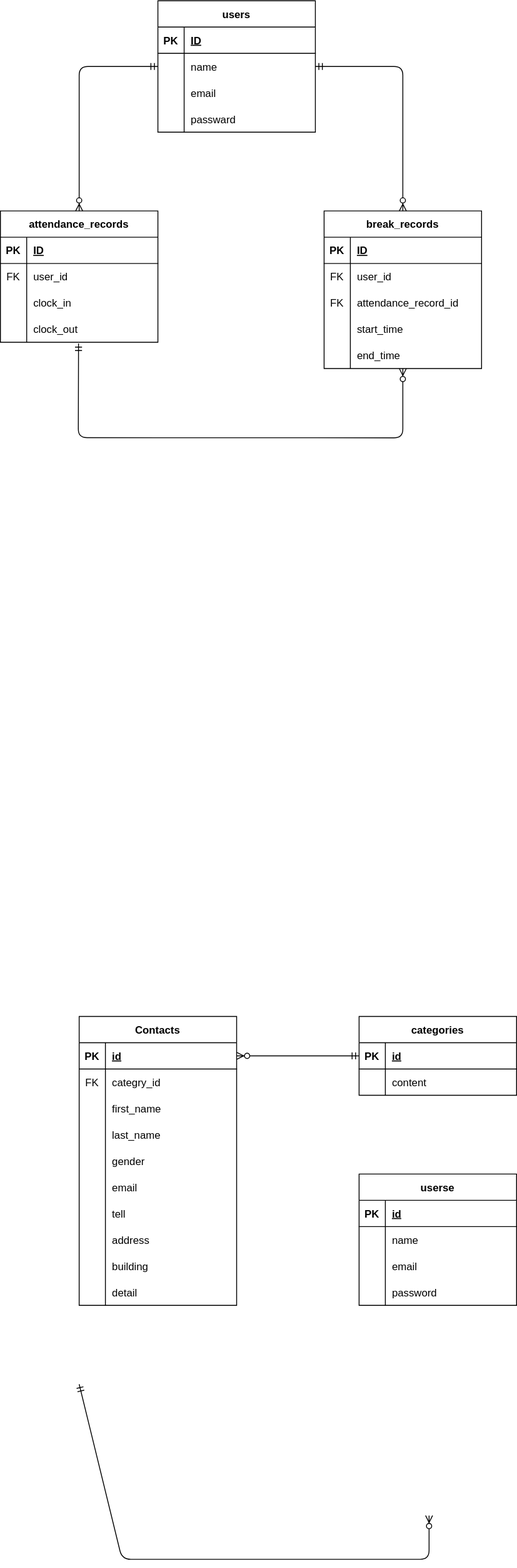
This is ER.svg from fukuda983667/Atte, a draw.io export, as it was before one commit. Source tidied: cells renumbered, new cells last; positions are measured from the earlier drawing's top-left corner, leaving out a move shared by most shapes.
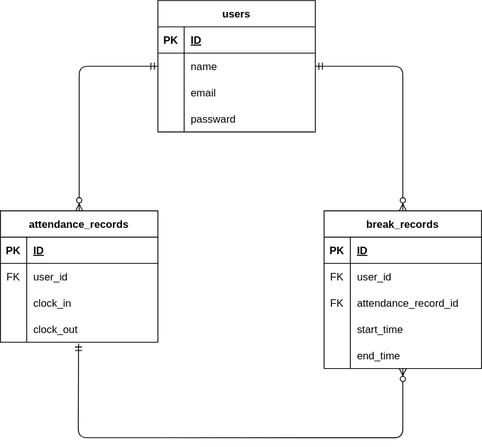
Above is the later version.

What changed in the source:
```diff
@@ -152,171 +152,5 @@
         </Array>
       </mxGeometry>
     </mxCell>
-    <mxCell id="47" value="Contacts" style="shape=table;startSize=30;rowLines=0;fontStyle=1;align=center;" parent="1" vertex="1">
-      <mxGeometry x="90" y="1160" width="180" height="330" as="geometry" />
-    </mxCell>
-    <mxCell id="48" style="shape=tableRow;horizontal=0;startSize=0;swimlaneHead=0;swimlaneBody=0;fillColor=none;points=[[0,0.5],[1,0.5]];portConstraint=eastwest;top=0;left=0;right=0;bottom=1;" parent="47" vertex="1">
-      <mxGeometry y="30" width="180" height="30" as="geometry" />
-    </mxCell>
-    <mxCell id="49" value="PK" style="shape=partialRectangle;fillColor=none;top=0;left=0;bottom=0;right=0;fontStyle=1;overflow=hidden;" parent="48" vertex="1">
-      <mxGeometry width="30" height="30" as="geometry" />
-    </mxCell>
-    <mxCell id="50" value="id" style="shape=partialRectangle;fillColor=none;top=0;left=0;bottom=0;right=0;align=left;spacingLeft=6;fontStyle=5;overflow=hidden;" parent="48" vertex="1">
-      <mxGeometry x="30" width="150" height="30" as="geometry" />
-    </mxCell>
-    <mxCell id="51" style="shape=tableRow;horizontal=0;startSize=0;swimlaneHead=0;swimlaneBody=0;fillColor=none;top=0;left=0;right=0;bottom=0;" parent="47" vertex="1">
-      <mxGeometry y="60" width="180" height="30" as="geometry" />
-    </mxCell>
-    <mxCell id="52" value="FK" style="shape=partialRectangle;fillColor=none;top=0;left=0;bottom=0;right=0;overflow=hidden;" parent="51" vertex="1">
-      <mxGeometry width="30" height="30" as="geometry" />
-    </mxCell>
-    <mxCell id="53" value="categry_id" style="shape=partialRectangle;fillColor=none;top=0;left=0;bottom=0;right=0;align=left;spacingLeft=6;overflow=hidden;" parent="51" vertex="1">
-      <mxGeometry x="30" width="150" height="30" as="geometry" />
-    </mxCell>
-    <mxCell id="54" style="shape=tableRow;horizontal=0;startSize=0;swimlaneHead=0;swimlaneBody=0;fillColor=none;top=0;left=0;right=0;bottom=0;" parent="47" vertex="1">
-      <mxGeometry y="90" width="180" height="30" as="geometry" />
-    </mxCell>
-    <mxCell id="55" style="shape=partialRectangle;fillColor=none;top=0;left=0;bottom=0;right=0;overflow=hidden;" parent="54" vertex="1">
-      <mxGeometry width="30" height="30" as="geometry" />
-    </mxCell>
-    <mxCell id="56" value="first_name" style="shape=partialRectangle;fillColor=none;top=0;left=0;bottom=0;right=0;align=left;spacingLeft=6;overflow=hidden;" parent="54" vertex="1">
-      <mxGeometry x="30" width="150" height="30" as="geometry" />
-    </mxCell>
-    <mxCell id="57" style="shape=tableRow;horizontal=0;startSize=0;swimlaneHead=0;swimlaneBody=0;fillColor=none;top=0;left=0;right=0;bottom=0;" parent="47" vertex="1">
-      <mxGeometry y="120" width="180" height="30" as="geometry" />
-    </mxCell>
-    <mxCell id="58" style="shape=partialRectangle;fillColor=none;top=0;left=0;bottom=0;right=0;overflow=hidden;" parent="57" vertex="1">
-      <mxGeometry width="30" height="30" as="geometry" />
-    </mxCell>
-    <mxCell id="59" value="last_name" style="shape=partialRectangle;fillColor=none;top=0;left=0;bottom=0;right=0;align=left;spacingLeft=6;overflow=hidden;" parent="57" vertex="1">
-      <mxGeometry x="30" width="150" height="30" as="geometry" />
-    </mxCell>
-    <mxCell id="60" style="shape=tableRow;horizontal=0;startSize=0;swimlaneHead=0;swimlaneBody=0;fillColor=none;top=0;left=0;right=0;bottom=0;" parent="47" vertex="1">
-      <mxGeometry y="150" width="180" height="30" as="geometry" />
-    </mxCell>
-    <mxCell id="61" style="shape=partialRectangle;fillColor=none;top=0;left=0;bottom=0;right=0;overflow=hidden;" parent="60" vertex="1">
-      <mxGeometry width="30" height="30" as="geometry" />
-    </mxCell>
-    <mxCell id="62" value="gender" style="shape=partialRectangle;fillColor=none;top=0;left=0;bottom=0;right=0;align=left;spacingLeft=6;overflow=hidden;" parent="60" vertex="1">
-      <mxGeometry x="30" width="150" height="30" as="geometry" />
-    </mxCell>
-    <mxCell id="63" style="shape=tableRow;horizontal=0;startSize=0;swimlaneHead=0;swimlaneBody=0;fillColor=none;top=0;left=0;right=0;bottom=0;" parent="47" vertex="1">
-      <mxGeometry y="180" width="180" height="30" as="geometry" />
-    </mxCell>
-    <mxCell id="64" style="shape=partialRectangle;fillColor=none;top=0;left=0;bottom=0;right=0;overflow=hidden;" parent="63" vertex="1">
-      <mxGeometry width="30" height="30" as="geometry" />
-    </mxCell>
-    <mxCell id="65" value="email" style="shape=partialRectangle;fillColor=none;top=0;left=0;bottom=0;right=0;align=left;spacingLeft=6;overflow=hidden;" parent="63" vertex="1">
-      <mxGeometry x="30" width="150" height="30" as="geometry" />
-    </mxCell>
-    <mxCell id="66" style="shape=tableRow;horizontal=0;startSize=0;swimlaneHead=0;swimlaneBody=0;fillColor=none;top=0;left=0;right=0;bottom=0;" parent="47" vertex="1">
-      <mxGeometry y="210" width="180" height="30" as="geometry" />
-    </mxCell>
-    <mxCell id="67" style="shape=partialRectangle;fillColor=none;top=0;left=0;bottom=0;right=0;overflow=hidden;" parent="66" vertex="1">
-      <mxGeometry width="30" height="30" as="geometry" />
-    </mxCell>
-    <mxCell id="68" value="tell" style="shape=partialRectangle;fillColor=none;top=0;left=0;bottom=0;right=0;align=left;spacingLeft=6;overflow=hidden;" parent="66" vertex="1">
-      <mxGeometry x="30" width="150" height="30" as="geometry" />
-    </mxCell>
-    <mxCell id="69" style="shape=tableRow;horizontal=0;startSize=0;swimlaneHead=0;swimlaneBody=0;fillColor=none;top=0;left=0;right=0;bottom=0;" parent="47" vertex="1">
-      <mxGeometry y="240" width="180" height="30" as="geometry" />
-    </mxCell>
-    <mxCell id="70" style="shape=partialRectangle;fillColor=none;top=0;left=0;bottom=0;right=0;overflow=hidden;" parent="69" vertex="1">
-      <mxGeometry width="30" height="30" as="geometry" />
-    </mxCell>
-    <mxCell id="71" value="address" style="shape=partialRectangle;fillColor=none;top=0;left=0;bottom=0;right=0;align=left;spacingLeft=6;overflow=hidden;" parent="69" vertex="1">
-      <mxGeometry x="30" width="150" height="30" as="geometry" />
-    </mxCell>
-    <mxCell id="72" style="shape=tableRow;horizontal=0;startSize=0;swimlaneHead=0;swimlaneBody=0;fillColor=none;top=0;left=0;right=0;bottom=0;" parent="47" vertex="1">
-      <mxGeometry y="270" width="180" height="30" as="geometry" />
-    </mxCell>
-    <mxCell id="73" style="shape=partialRectangle;fillColor=none;top=0;left=0;bottom=0;right=0;overflow=hidden;" parent="72" vertex="1">
-      <mxGeometry width="30" height="30" as="geometry" />
-    </mxCell>
-    <mxCell id="74" value="building" style="shape=partialRectangle;fillColor=none;top=0;left=0;bottom=0;right=0;align=left;spacingLeft=6;overflow=hidden;" parent="72" vertex="1">
-      <mxGeometry x="30" width="150" height="30" as="geometry" />
-    </mxCell>
-    <mxCell id="75" style="shape=tableRow;horizontal=0;startSize=0;swimlaneHead=0;swimlaneBody=0;fillColor=none;top=0;left=0;right=0;bottom=0;" parent="47" vertex="1">
-      <mxGeometry y="300" width="180" height="30" as="geometry" />
-    </mxCell>
-    <mxCell id="76" style="shape=partialRectangle;fillColor=none;top=0;left=0;bottom=0;right=0;overflow=hidden;" parent="75" vertex="1">
-      <mxGeometry width="30" height="30" as="geometry" />
-    </mxCell>
-    <mxCell id="77" value="detail" style="shape=partialRectangle;fillColor=none;top=0;left=0;bottom=0;right=0;align=left;spacingLeft=6;overflow=hidden;" parent="75" vertex="1">
-      <mxGeometry x="30" width="150" height="30" as="geometry" />
-    </mxCell>
-    <mxCell id="78" value="categories" style="shape=table;startSize=30;rowLines=0;fontStyle=1;align=center;" parent="1" vertex="1">
-      <mxGeometry x="410" y="1160" width="180" height="90" as="geometry" />
-    </mxCell>
-    <mxCell id="79" style="shape=tableRow;horizontal=0;startSize=0;swimlaneHead=0;swimlaneBody=0;fillColor=none;points=[[0,0.5],[1,0.5]];portConstraint=eastwest;top=0;left=0;right=0;bottom=1;" parent="78" vertex="1">
-      <mxGeometry y="30" width="180" height="30" as="geometry" />
-    </mxCell>
-    <mxCell id="80" value="PK" style="shape=partialRectangle;fillColor=none;top=0;left=0;bottom=0;right=0;fontStyle=1;overflow=hidden;" parent="79" vertex="1">
-      <mxGeometry width="30" height="30" as="geometry" />
-    </mxCell>
-    <mxCell id="81" value="id" style="shape=partialRectangle;fillColor=none;top=0;left=0;bottom=0;right=0;align=left;spacingLeft=6;fontStyle=5;overflow=hidden;" parent="79" vertex="1">
-      <mxGeometry x="30" width="150" height="30" as="geometry" />
-    </mxCell>
-    <mxCell id="82" style="shape=tableRow;horizontal=0;startSize=0;swimlaneHead=0;swimlaneBody=0;fillColor=none;top=0;left=0;right=0;bottom=0;" parent="78" vertex="1">
-      <mxGeometry y="60" width="180" height="30" as="geometry" />
-    </mxCell>
-    <mxCell id="83" style="shape=partialRectangle;fillColor=none;top=0;left=0;bottom=0;right=0;overflow=hidden;" parent="82" vertex="1">
-      <mxGeometry width="30" height="30" as="geometry" />
-    </mxCell>
-    <mxCell id="84" value="content" style="shape=partialRectangle;fillColor=none;top=0;left=0;bottom=0;right=0;align=left;spacingLeft=6;overflow=hidden;" parent="82" vertex="1">
-      <mxGeometry x="30" width="150" height="30" as="geometry" />
-    </mxCell>
-    <mxCell id="85" value="userse" style="shape=table;startSize=30;rowLines=0;fontStyle=1;align=center;" parent="1" vertex="1">
-      <mxGeometry x="410" y="1340" width="180" height="150" as="geometry" />
-    </mxCell>
-    <mxCell id="86" style="shape=tableRow;horizontal=0;startSize=0;swimlaneHead=0;swimlaneBody=0;fillColor=none;top=0;left=0;right=0;bottom=1;" parent="85" vertex="1">
-      <mxGeometry y="30" width="180" height="30" as="geometry" />
-    </mxCell>
-    <mxCell id="87" value="PK" style="shape=partialRectangle;fillColor=none;top=0;left=0;bottom=0;right=0;fontStyle=1;overflow=hidden;" parent="86" vertex="1">
-      <mxGeometry width="30" height="30" as="geometry" />
-    </mxCell>
-    <mxCell id="88" value="id" style="shape=partialRectangle;fillColor=none;top=0;left=0;bottom=0;right=0;align=left;spacingLeft=6;fontStyle=5;overflow=hidden;" parent="86" vertex="1">
-      <mxGeometry x="30" width="150" height="30" as="geometry" />
-    </mxCell>
-    <mxCell id="89" style="shape=tableRow;horizontal=0;startSize=0;swimlaneHead=0;swimlaneBody=0;fillColor=none;top=0;left=0;right=0;bottom=0;" parent="85" vertex="1">
-      <mxGeometry y="60" width="180" height="30" as="geometry" />
-    </mxCell>
-    <mxCell id="90" style="shape=partialRectangle;fillColor=none;top=0;left=0;bottom=0;right=0;overflow=hidden;" parent="89" vertex="1">
-      <mxGeometry width="30" height="30" as="geometry" />
-    </mxCell>
-    <mxCell id="91" value="name" style="shape=partialRectangle;fillColor=none;top=0;left=0;bottom=0;right=0;align=left;spacingLeft=6;overflow=hidden;" parent="89" vertex="1">
-      <mxGeometry x="30" width="150" height="30" as="geometry" />
-    </mxCell>
-    <mxCell id="92" style="shape=tableRow;horizontal=0;startSize=0;swimlaneHead=0;swimlaneBody=0;fillColor=none;top=0;left=0;right=0;bottom=0;" parent="85" vertex="1">
-      <mxGeometry y="90" width="180" height="30" as="geometry" />
-    </mxCell>
-    <mxCell id="93" style="shape=partialRectangle;fillColor=none;top=0;left=0;bottom=0;right=0;overflow=hidden;" parent="92" vertex="1">
-      <mxGeometry width="30" height="30" as="geometry" />
-    </mxCell>
-    <mxCell id="94" value="email" style="shape=partialRectangle;fillColor=none;top=0;left=0;bottom=0;right=0;align=left;spacingLeft=6;overflow=hidden;" parent="92" vertex="1">
-      <mxGeometry x="30" width="150" height="30" as="geometry" />
-    </mxCell>
-    <mxCell id="95" style="shape=tableRow;horizontal=0;startSize=0;swimlaneHead=0;swimlaneBody=0;fillColor=none;top=0;left=0;right=0;bottom=0;" parent="85" vertex="1">
-      <mxGeometry y="120" width="180" height="30" as="geometry" />
-    </mxCell>
-    <mxCell id="96" style="shape=partialRectangle;fillColor=none;top=0;left=0;bottom=0;right=0;overflow=hidden;" parent="95" vertex="1">
-      <mxGeometry width="30" height="30" as="geometry" />
-    </mxCell>
-    <mxCell id="97" value="password" style="shape=partialRectangle;fillColor=none;top=0;left=0;bottom=0;right=0;align=left;spacingLeft=6;overflow=hidden;" parent="95" vertex="1">
-      <mxGeometry x="30" width="150" height="30" as="geometry" />
-    </mxCell>
-    <mxCell id="98" style="fontSize=12;html=1;endArrow=ERzeroToMany;startArrow=ERmandOne;exitX=0.496;exitY=1.049;exitDx=0;exitDy=0;exitPerimeter=0;" parent="1" edge="1">
-      <mxGeometry relative="1" as="geometry">
-        <mxPoint x="90" y="1580" as="sourcePoint" />
-        <mxPoint x="490" y="1730" as="targetPoint" />
-        <Array as="points">
-          <mxPoint x="139" y="1780" />
-          <mxPoint x="490" y="1780" />
-        </Array>
-      </mxGeometry>
-    </mxCell>
-    <mxCell id="99" style="edgeStyle=entityRelationEdgeStyle;fontSize=12;html=1;endArrow=ERzeroToMany;startArrow=ERmandOne;entryX=1;entryY=0.5;entryDx=0;entryDy=0;exitX=0;exitY=0.5;exitDx=0;exitDy=0;" parent="1" edge="1" source="79" target="48">
-      <mxGeometry relative="1" as="geometry" />
-    </mxCell>
   </root>
 </mxGraphModel>
```
